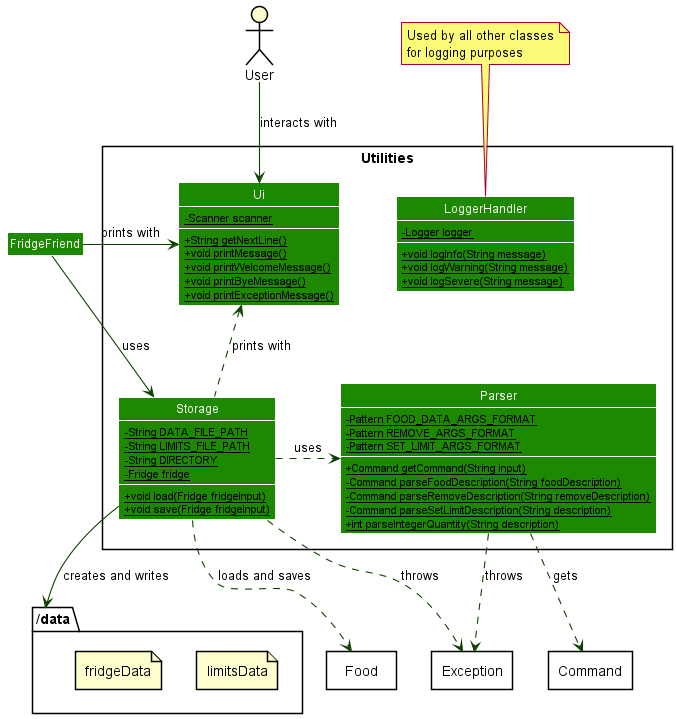
Earlier version of the PlantUML export docs/diagrams/diagram_images/UtilitiesClassDiagram.png (nus-cs2113-AY2021S2/tp).
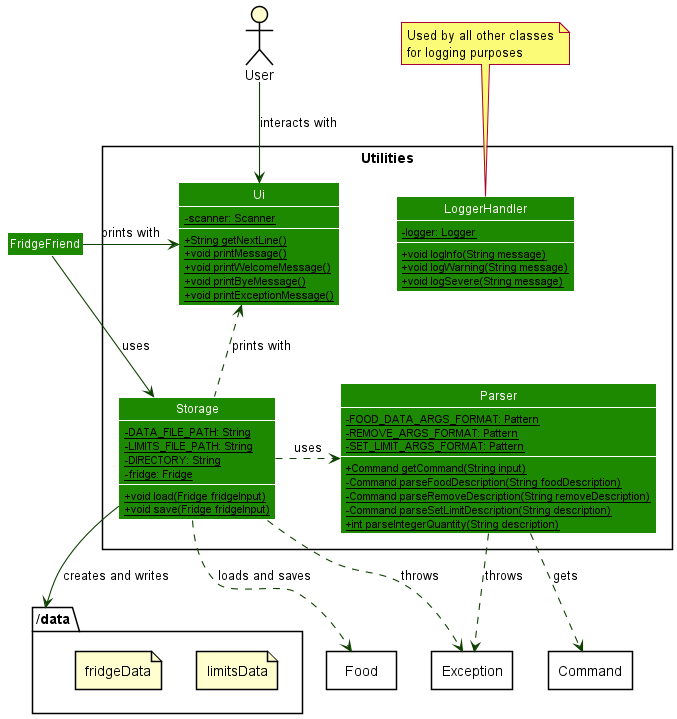
After the change.

What changed in the source:
```diff
@@ -30,7 +30,7 @@
 }
 
 class Ui {
-  - {static} Scanner scanner
+  - {static} scanner: Scanner
   + {static} String getNextLine()
   + {static} void printMessage()
   + {static} void printWelcomeMessage()
@@ -39,25 +39,25 @@
 }
 
 class LoggerHandler {
-  - {static} Logger logger
+  - {static} logger: Logger
   + {static} void logInfo(String message)
   + {static} void logWarning(String message)
   + {static} void logSevere(String message)
 }
 
 class Storage {
-  - {static} String DATA_FILE_PATH
-  - {static} String LIMITS_FILE_PATH
-  - {static} String DIRECTORY
-  - {static} Fridge fridge
+  - {static} DATA_FILE_PATH: String
+  - {static} LIMITS_FILE_PATH: String
+  - {static} DIRECTORY: String
+  - {static} fridge: Fridge
   + {static} void load(Fridge fridgeInput)
   + {static} void save(Fridge fridgeInput)
 }
 
 class Parser {
-  - {static} Pattern FOOD_DATA_ARGS_FORMAT
-  - {static} Pattern REMOVE_ARGS_FORMAT
-  - {static} Pattern SET_LIMIT_ARGS_FORMAT
+  - {static} FOOD_DATA_ARGS_FORMAT: Pattern
+  - {static} REMOVE_ARGS_FORMAT: Pattern
+  - {static} SET_LIMIT_ARGS_FORMAT: Pattern
   + {static} Command getCommand(String input)
   - {static} Command parseFoodDescription(String foodDescription)
   - {static} Command parseRemoveDescription(String removeDescription)
```
